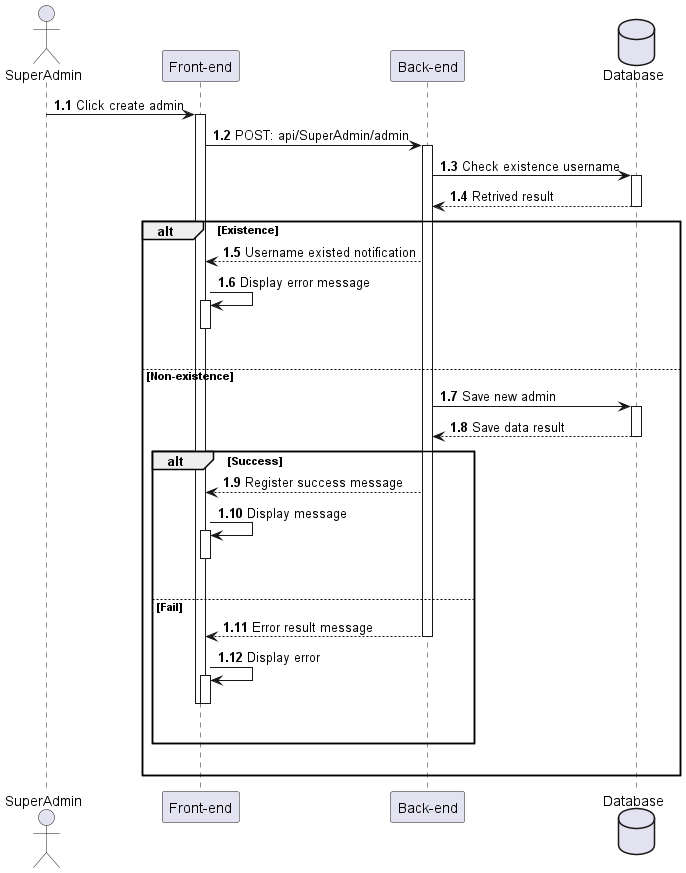
Earlier version of the PlantUML export out/Sequences_diagrams/CreateAdmin/CreateAdmin.png (HTPhong-276/iCoaching-Diagrams).
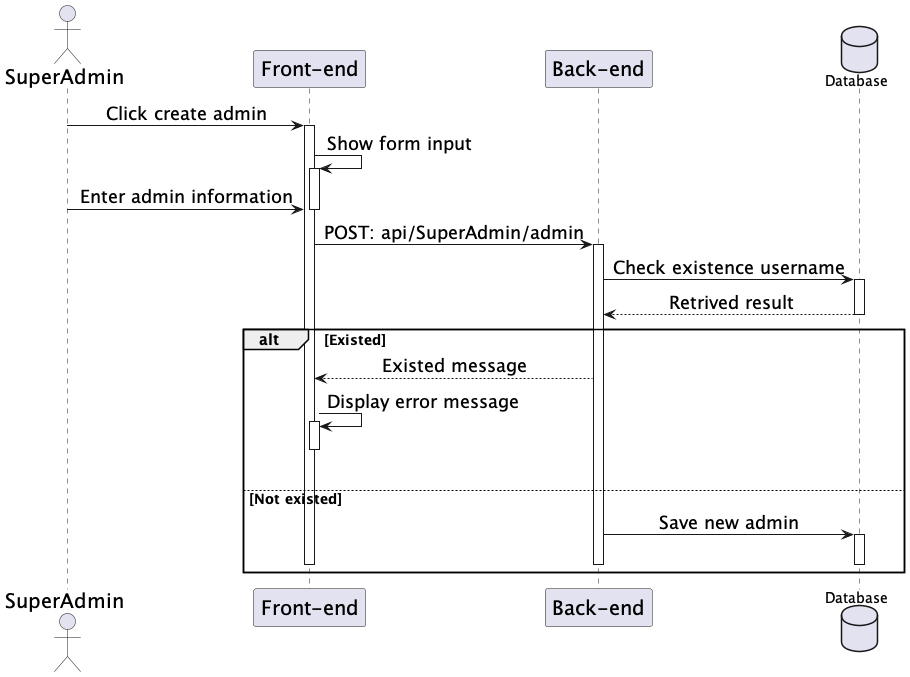
Later version of the same file.

The edit, as a diff of the source:
```diff
@@ -1,39 +1,37 @@
 @startuml CreateAdmin
+skinparam sequenceMessageAlign center
+skinparam sequenceGroupFontSize 14
+skinparam sequenceGroupHeaderFontSize 15
+skinparam sequence {
+    ParticipantFontSize 20
+    ActorFontSize 20
+    DatabaseFontSize 20
+    ArrowFontSize 18
+}
 actor SuperAdmin as user
 participant "Front-end" as client
 participant "Back-end" as server
 database "Database" as db
 
-autonumber 1.1 "<b>0:"
 
 user -> client++ : Click create admin
+client -> client++: Show form input
+user -> client: Enter admin information
+deactivate
 client -> server++ : POST: api/SuperAdmin/admin
 server -> db++ : Check existence username
 db --> server : Retrived result
 deactivate db
 
-alt Existence
-    server --> client : Username existed notification
+alt Existed
+    server --> client : Existed message
     client -> client++ : Display error message
     deactivate client
     |||
-else Non-existence
+else Not existed
     server -> db++ : Save new admin
-    db --> server : Save data result
-    deactivate db
-    alt Success
-        server --> client : Register success message
-        client -> client++ : Display message
-        deactivate client
-        |||
-    else Fail
-        server --> client : Error result message
-        deactivate server
-        client -> client++ : Display error
-        deactivate client
-        deactivate client
-        |||
-    end
-    |||
+    deactivate
+    deactivate
+    deactivate
 end
 @enduml
```
